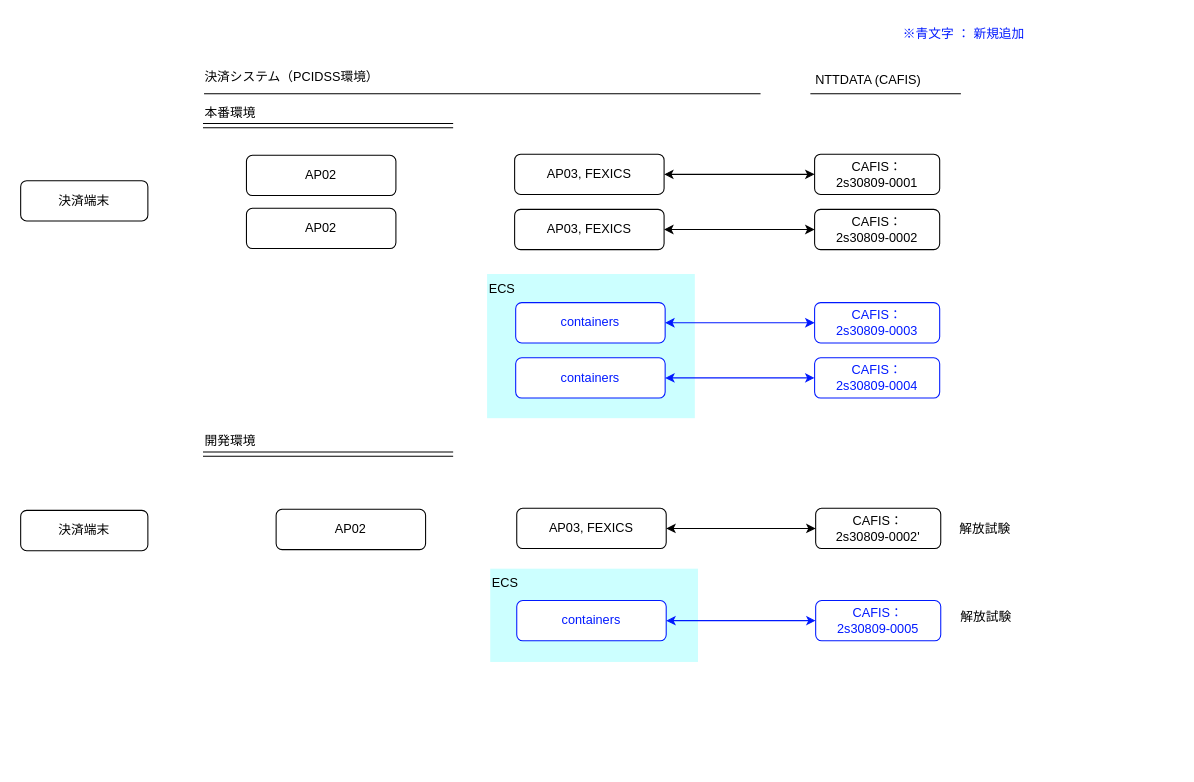
Earlier version of the draw.io diagram FEXICS/obj/migration_plan.drawio (kyoshizawa/kywiki2). Source tidied: cells renumbered, new cells numbered last; positions are measured from the earlier drawing's top-left corner, leaving out a move shared by most shapes. Both pictures are drawn from the tidied source at 106%, with x=0, y=0 at pixel (20, 18).
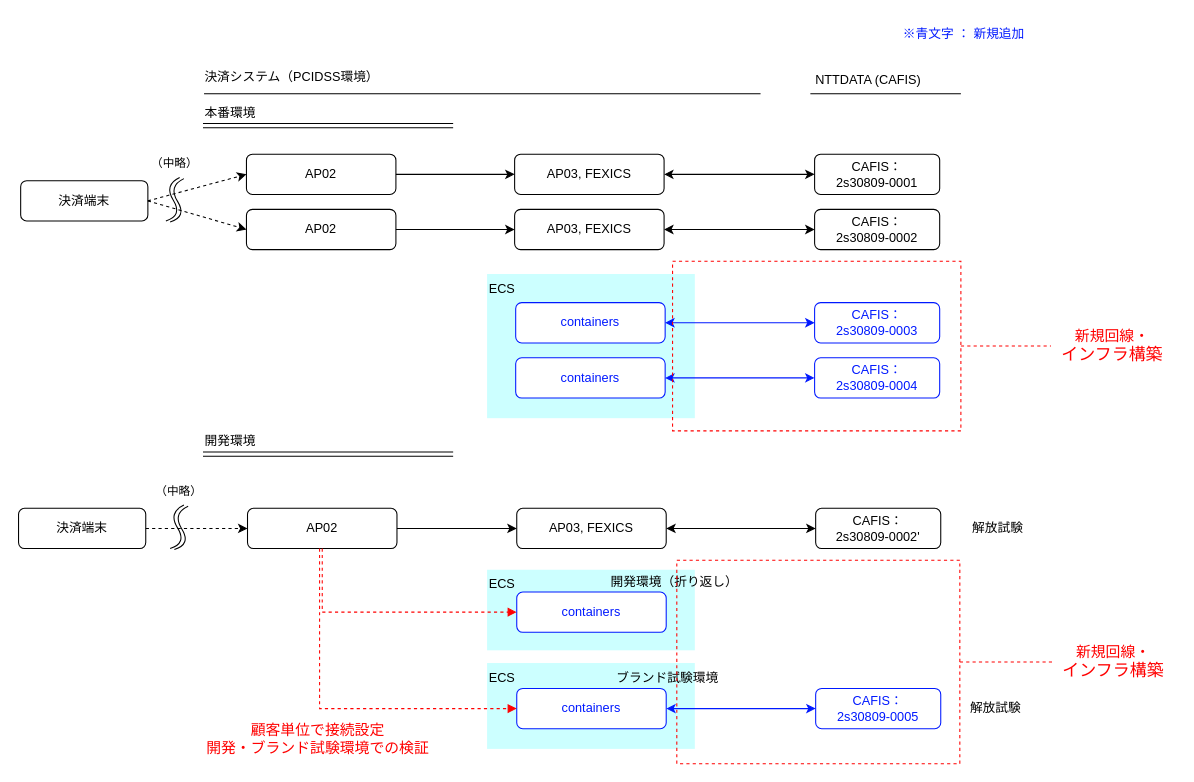
The same diagram, later.

Unchanged cells that the change refers to:
```xml
<mxCell id="8" value="決済端末" style="rounded=1;whiteSpace=wrap;html=1;" parent="1" vertex="1">
  <mxGeometry y="153" width="120" height="38" as="geometry" />
</mxCell>
<mxCell id="14" value="AP03, FEXICS" style="rounded=1;whiteSpace=wrap;html=1;" parent="1" vertex="1">
  <mxGeometry x="466" y="128" width="141" height="38" as="geometry" />
</mxCell>
<mxCell id="15" value="AP03, FEXICS" style="rounded=1;whiteSpace=wrap;html=1;" parent="1" vertex="1">
  <mxGeometry x="466" y="180" width="141" height="38" as="geometry" />
</mxCell>
<mxCell id="30" value="AP03, FEXICS" style="rounded=1;whiteSpace=wrap;html=1;" parent="1" vertex="1">
  <mxGeometry x="468" y="462" width="141" height="38" as="geometry" />
</mxCell>
```

Diff of the diagram source:
```diff
@@
+    <mxCell id="40" value="ECS" style="rounded=0;whiteSpace=wrap;html=1;fillColor=light-dark(#CCFFFF,#1F2F1E);strokeColor=none;align=left;verticalAlign=top;" parent="1" vertex="1">
+      <mxGeometry x="440" y="520" width="196" height="76" as="geometry" />
+    </mxCell>
@@
     <mxCell id="12" value="解放試験" style="text;html=1;align=center;verticalAlign=middle;whiteSpace=wrap;rounded=0;" parent="1" vertex="1">
-      <mxGeometry x="880" y="467" width="60" height="30" as="geometry" />
+      <mxGeometry x="892" y="466" width="60" height="30" as="geometry" />
     </mxCell>
@@
     <mxCell id="16" value="&lt;font style=&quot;color: rgb(0, 25, 255);&quot;&gt;CAFIS：&lt;br&gt;2s30809-0005&lt;/font&gt;" style="rounded=1;whiteSpace=wrap;html=1;strokeColor=#0019FF;" parent="1" vertex="1">
-      <mxGeometry x="750" y="549" width="118" height="38" as="geometry" />
+      <mxGeometry x="750" y="632" width="118" height="38" as="geometry" />
     </mxCell>
     <mxCell id="17" value="解放試験" style="text;html=1;align=center;verticalAlign=middle;whiteSpace=wrap;rounded=0;" parent="1" vertex="1">
-      <mxGeometry x="881" y="550" width="60" height="30" as="geometry" />
+      <mxGeometry x="890" y="636" width="60" height="30" as="geometry" />
     </mxCell>
     <mxCell id="18" value="AP02" style="rounded=1;whiteSpace=wrap;html=1;" parent="1" vertex="1">
-      <mxGeometry x="213" y="129" width="141" height="38" as="geometry" />
+      <mxGeometry x="213" y="128" width="141" height="38" as="geometry" />
     </mxCell>
     <mxCell id="19" value="AP02" style="rounded=1;whiteSpace=wrap;html=1;" parent="1" vertex="1">
-      <mxGeometry x="213" y="179" width="141" height="38" as="geometry" />
+      <mxGeometry x="213" y="180" width="141" height="38" as="geometry" />
     </mxCell>
@@
     <mxCell id="29" value="決済端末" style="rounded=1;whiteSpace=wrap;html=1;" parent="1" vertex="1">
-      <mxGeometry y="464" width="120" height="38" as="geometry" />
+      <mxGeometry x="-2" y="462" width="120" height="38" as="geometry" />
     </mxCell>
@@
     <mxCell id="31" value="AP02" style="rounded=1;whiteSpace=wrap;html=1;" parent="1" vertex="1">
-      <mxGeometry x="241" y="463" width="141" height="38" as="geometry" />
+      <mxGeometry x="214" y="462" width="141" height="38" as="geometry" />
     </mxCell>
     <mxCell id="32" value="ECS" style="rounded=0;whiteSpace=wrap;html=1;fillColor=light-dark(#CCFFFF,#1F2F1E);strokeColor=none;align=left;verticalAlign=top;" parent="1" vertex="1">
-      <mxGeometry x="443" y="519" width="196" height="88" as="geometry" />
+      <mxGeometry x="440" y="608" width="196" height="81" as="geometry" />
     </mxCell>
@@
     <mxCell id="37" value="&lt;font style=&quot;color: rgb(0, 25, 255);&quot;&gt;containers&lt;/font&gt;" style="rounded=1;whiteSpace=wrap;html=1;strokeColor=#0019FF;" parent="1" vertex="1">
-      <mxGeometry x="468" y="549" width="141" height="38" as="geometry" />
+      <mxGeometry x="468" y="632" width="141" height="38" as="geometry" />
     </mxCell>
@@
+    <mxCell id="41" style="endArrow=classic;html=1;rounded=0;exitX=1;exitY=0.5;exitDx=0;exitDy=0;dashed=1;" parent="1" edge="1" source="29" target="31">
+      <mxGeometry relative="1" as="geometry" />
+    </mxCell>
+    <mxCell id="42" style="group;" parent="1" vertex="1">
+      <mxGeometry x="139" y="459" width="22" height="42" as="geometry" />
+    </mxCell>
+    <mxCell id="43" style="curved=1;endArrow=none;html=1;rounded=0;endFill=0;" parent="42" edge="1">
+      <mxGeometry relative="1" as="geometry">
+        <mxPoint x="2" y="41" as="sourcePoint" />
+        <mxPoint x="15" as="targetPoint" />
+        <Array as="points">
+          <mxPoint x="18" y="36" />
+          <mxPoint y="7" />
+        </Array>
+      </mxGeometry>
+    </mxCell>
+    <mxCell id="44" value="（中略）" style="edgeLabel;html=1;align=center;verticalAlign=middle;" parent="43" vertex="1">
+      <mxGeometry x="0.17" y="-4" relative="1" as="geometry">
+        <mxPoint y="-28" as="offset" />
+      </mxGeometry>
+    </mxCell>
+    <mxCell id="45" style="curved=1;endArrow=none;html=1;rounded=0;endFill=0;" parent="42" edge="1">
+      <mxGeometry relative="1" as="geometry">
+        <mxPoint x="6" y="42" as="sourcePoint" />
+        <mxPoint x="19" y="1" as="targetPoint" />
+        <Array as="points">
+          <mxPoint x="22" y="37" />
+          <mxPoint x="4" y="8" />
+        </Array>
+      </mxGeometry>
+    </mxCell>
+    <mxCell id="46" style="endArrow=classic;html=1;rounded=0;exitX=1;exitY=0.5;exitDx=0;exitDy=0;entryX=0;entryY=0.5;entryDx=0;entryDy=0;dashed=1;" parent="1" edge="1" source="8" target="18">
+      <mxGeometry relative="1" as="geometry" />
+    </mxCell>
+    <mxCell id="47" style="endArrow=classic;html=1;rounded=0;exitX=1;exitY=0.5;exitDx=0;exitDy=0;entryX=0;entryY=0.5;entryDx=0;entryDy=0;dashed=1;" parent="1" edge="1" source="8" target="19">
+      <mxGeometry relative="1" as="geometry" />
+    </mxCell>
+    <mxCell id="48" style="group;" parent="1" vertex="1">
+      <mxGeometry x="135" y="150" width="22" height="42" as="geometry" />
+    </mxCell>
+    <mxCell id="49" style="curved=1;endArrow=none;html=1;rounded=0;endFill=0;" parent="48" edge="1">
+      <mxGeometry relative="1" as="geometry">
+        <mxPoint x="2" y="41" as="sourcePoint" />
+        <mxPoint x="15" as="targetPoint" />
+        <Array as="points">
+          <mxPoint x="18" y="36" />
+          <mxPoint y="7" />
+        </Array>
+      </mxGeometry>
+    </mxCell>
+    <mxCell id="50" value="（中略）" style="edgeLabel;html=1;align=center;verticalAlign=middle;" parent="49" vertex="1">
+      <mxGeometry x="0.17" y="-4" relative="1" as="geometry">
+        <mxPoint y="-28" as="offset" />
+      </mxGeometry>
+    </mxCell>
+    <mxCell id="51" style="curved=1;endArrow=none;html=1;rounded=0;endFill=0;" parent="48" edge="1">
+      <mxGeometry relative="1" as="geometry">
+        <mxPoint x="6" y="42" as="sourcePoint" />
+        <mxPoint x="19" y="1" as="targetPoint" />
+        <Array as="points">
+          <mxPoint x="22" y="37" />
+          <mxPoint x="4" y="8" />
+        </Array>
+      </mxGeometry>
+    </mxCell>
+    <mxCell id="52" style="endArrow=classic;html=1;rounded=0;exitX=1;exitY=0.5;exitDx=0;exitDy=0;entryX=0;entryY=0.5;entryDx=0;entryDy=0;" parent="1" edge="1" source="18" target="14">
+      <mxGeometry relative="1" as="geometry" />
+    </mxCell>
+    <mxCell id="53" style="endArrow=classic;html=1;rounded=0;exitX=1;exitY=0.5;exitDx=0;exitDy=0;" parent="1" edge="1" source="19" target="15">
+      <mxGeometry relative="1" as="geometry" />
+    </mxCell>
+    <mxCell id="54" style="endArrow=classic;html=1;rounded=0;exitX=1;exitY=0.5;exitDx=0;exitDy=0;entryX=0;entryY=0.5;entryDx=0;entryDy=0;" parent="1" edge="1" source="31" target="30">
+      <mxGeometry relative="1" as="geometry" />
+    </mxCell>
+    <mxCell id="55" value="&lt;font style=&quot;color: rgb(0, 25, 255);&quot;&gt;containers&lt;/font&gt;" style="rounded=1;whiteSpace=wrap;html=1;strokeColor=#0019FF;" parent="1" vertex="1">
+      <mxGeometry x="468" y="541" width="141" height="38" as="geometry" />
+    </mxCell>
+    <mxCell id="56" value="開発環境（折り返し）" style="text;html=1;align=center;verticalAlign=middle;whiteSpace=wrap;rounded=0;" parent="1" vertex="1">
+      <mxGeometry x="556" y="517" width="117" height="30" as="geometry" />
+    </mxCell>
+    <mxCell id="57" value="ブランド試験環境" style="text;html=1;align=center;verticalAlign=middle;whiteSpace=wrap;rounded=0;" parent="1" vertex="1">
+      <mxGeometry x="552" y="607" width="117" height="30" as="geometry" />
+    </mxCell>
+    <mxCell id="58" parent="0" />
+    <mxCell id="59" style="rounded=0;whiteSpace=wrap;html=1;fillColor=none;strokeColor=light-dark(#ff0000, #ededed);dashed=1;" parent="58" vertex="1">
+      <mxGeometry x="615" y="229" width="272" height="160" as="geometry" />
+    </mxCell>
+    <mxCell id="60" style="rounded=0;whiteSpace=wrap;html=1;fillColor=none;strokeColor=light-dark(#ff0000, #ededed);dashed=1;" parent="58" vertex="1">
+      <mxGeometry x="619" y="511" width="267" height="192" as="geometry" />
+    </mxCell>
+    <mxCell id="61" value="&lt;font style=&quot;color: rgb(255, 0, 0); font-size: 14px;&quot;&gt;新規回線・&lt;/font&gt;&lt;div&gt;&lt;font size=&quot;3&quot; style=&quot;color: rgb(255, 0, 0);&quot;&gt;インフラ構築&lt;/font&gt;&lt;/div&gt;" style="text;html=1;align=center;verticalAlign=middle;whiteSpace=wrap;rounded=0;" parent="58" vertex="1">
+      <mxGeometry x="972" y="294" width="116" height="30" as="geometry" />
+    </mxCell>
+    <mxCell id="62" value="&lt;font style=&quot;color: rgb(255, 0, 0); font-size: 14px;&quot;&gt;新規回線・&lt;/font&gt;&lt;div&gt;&lt;font size=&quot;3&quot; style=&quot;color: rgb(255, 0, 0);&quot;&gt;インフラ構築&lt;/font&gt;&lt;/div&gt;" style="text;html=1;align=center;verticalAlign=middle;whiteSpace=wrap;rounded=0;" parent="58" vertex="1">
+      <mxGeometry x="973" y="592" width="116" height="30" as="geometry" />
+    </mxCell>
+    <mxCell id="63" style="endArrow=none;dashed=1;html=1;rounded=0;entryX=0;entryY=0.5;entryDx=0;entryDy=0;strokeColor=light-dark(#ff0000, #ededed);" parent="58" edge="1" source="59" target="61">
+      <mxGeometry relative="1" as="geometry" />
+    </mxCell>
+    <mxCell id="64" style="endArrow=none;dashed=1;html=1;rounded=0;entryX=0;entryY=0.5;entryDx=0;entryDy=0;strokeColor=light-dark(#ff0000, #ededed);exitX=1;exitY=0.5;exitDx=0;exitDy=0;" parent="58" edge="1" source="60" target="62">
+      <mxGeometry relative="1" as="geometry" />
+    </mxCell>
+    <mxCell id="65" value="&lt;div&gt;&lt;font style=&quot;font-size: 14px;&quot; color=&quot;#ff0000&quot;&gt;顧客単位で接続設定&lt;/font&gt;&lt;/div&gt;&lt;div&gt;&lt;span style=&quot;color: rgb(255, 0, 0); font-size: 14px; background-color: transparent;&quot;&gt;開発・ブランド試験環境での検証&lt;/span&gt;&lt;/div&gt;" style="text;html=1;align=center;verticalAlign=middle;whiteSpace=wrap;rounded=0;" parent="58" vertex="1">
+      <mxGeometry x="164" y="664" width="233" height="30" as="geometry" />
+    </mxCell>
+    <mxCell id="66" style="endArrow=block;dashed=1;html=1;rounded=0;entryX=0;entryY=0.5;entryDx=0;entryDy=0;strokeColor=light-dark(#ff0000, #ededed);exitX=0.5;exitY=1;exitDx=0;exitDy=0;edgeStyle=orthogonalEdgeStyle;endFill=1;" parent="58" edge="1" source="31" target="55">
+      <mxGeometry relative="1" as="geometry" />
+    </mxCell>
+    <mxCell id="67" style="endArrow=block;dashed=1;html=1;rounded=0;entryX=0;entryY=0.5;entryDx=0;entryDy=0;strokeColor=light-dark(#ff0000, #ededed);edgeStyle=orthogonalEdgeStyle;endFill=1;" parent="58" edge="1" source="31" target="37">
+      <mxGeometry relative="1" as="geometry">
+        <Array as="points">
+          <mxPoint x="282" y="651" />
+        </Array>
+      </mxGeometry>
+    </mxCell>
```
